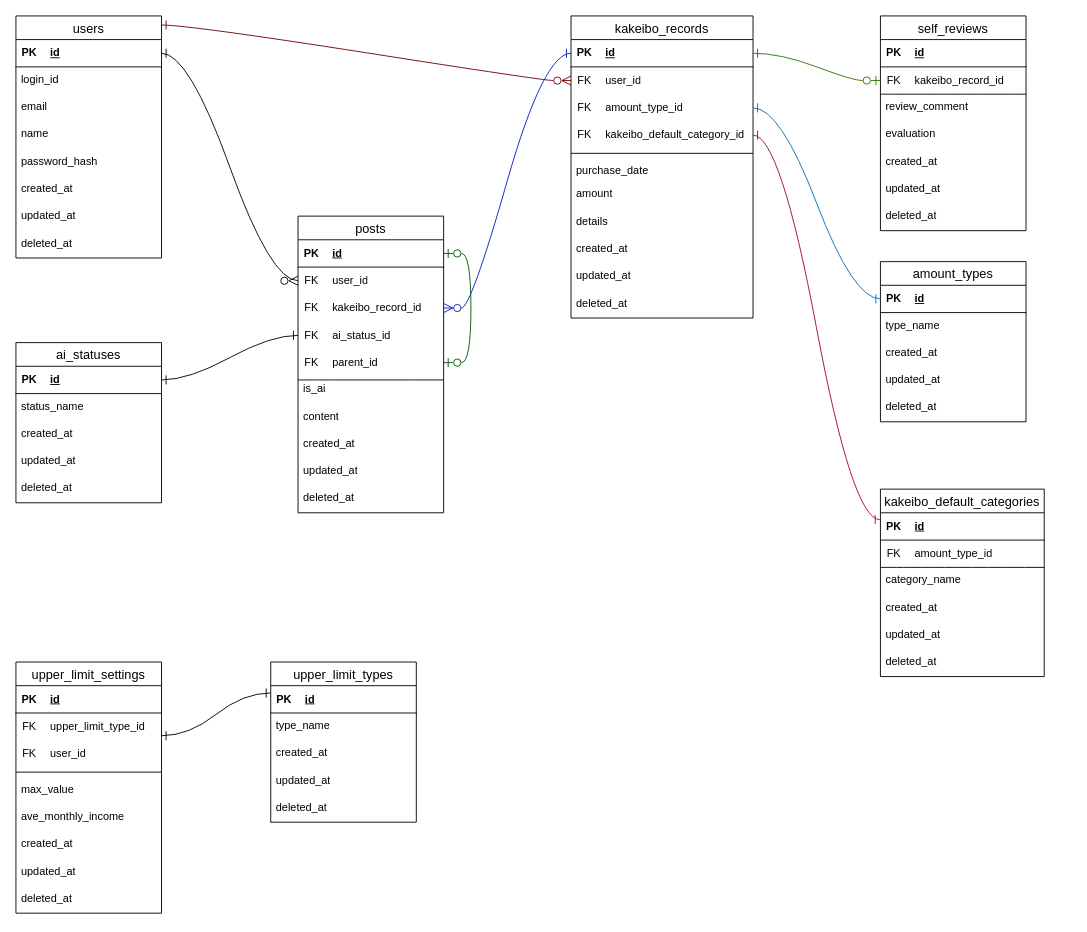
space-musicacct/resmane keeps this draw.io diagram as docs/DB設計/ER図resmane.drawio. Above is the earlier version. Source tidied: cells renumbered, new cells numbered last; positions are measured from the earlier drawing's top-left corner, leaving out a move shared by most shapes. Both pictures are drawn from the tidied source at 91%, with x=0, y=0 at pixel (15, 15).
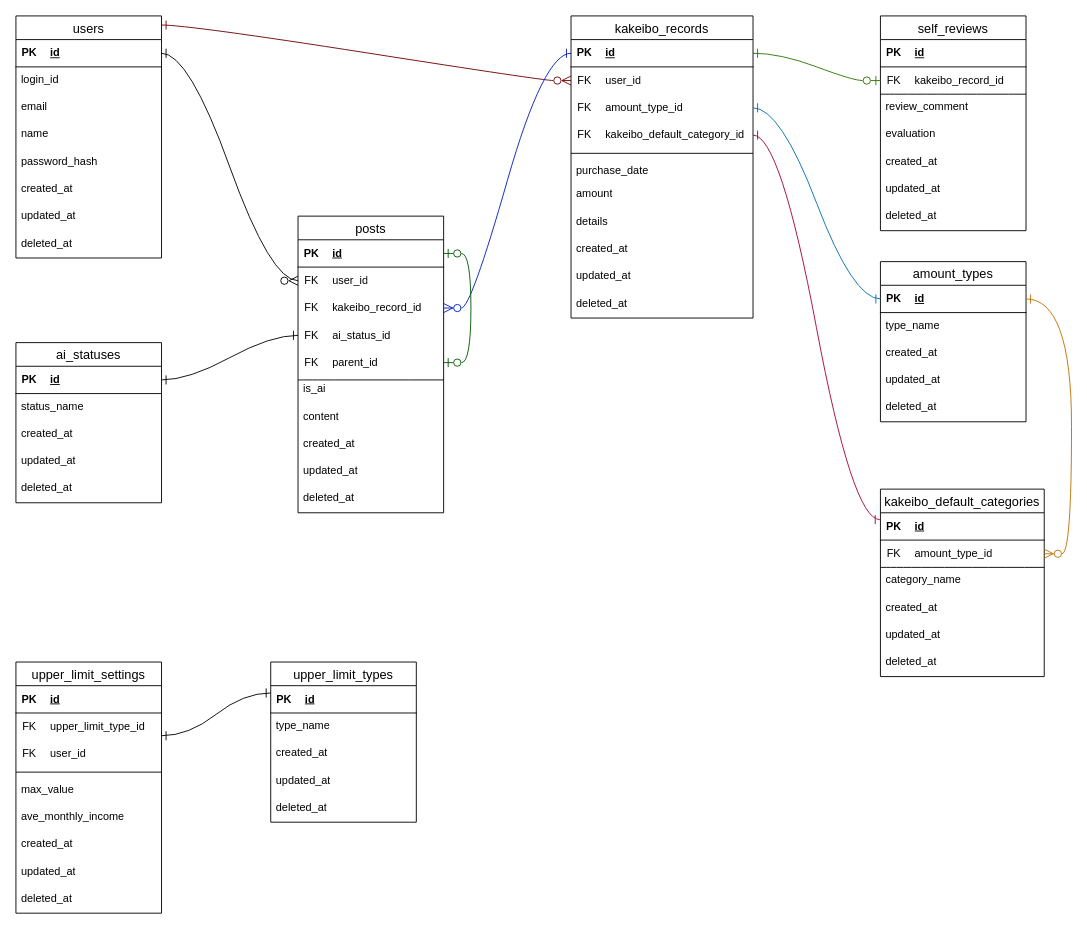
The same diagram, later.

Commit message:
ER図にkakeibo_default_categories→amount_typesのリレーションを追加

The change refers to these unchanged cells:
```xml
<mxCell id="38" style="shape=tableRow;horizontal=0;startSize=0;swimlaneHead=0;swimlaneBody=0;fillColor=none;points=[[0,0.5],[1,0.5]];portConstraint=eastwest;top=0;left=0;right=0;bottom=1;" parent="37" vertex="1">
  <mxGeometry width="160" height="30" as="geometry" />
</mxCell>
<mxCell id="52" style="shape=tableRow;horizontal=0;startSize=0;swimlaneHead=0;swimlaneBody=0;fillColor=none;points=[[0,0.5],[1,0.5]];portConstraint=eastwest;top=0;left=0;right=0;bottom=0;" parent="51" vertex="1">
  <mxGeometry width="180" height="30" as="geometry" />
</mxCell>
```

The edit, as a diff of the source:
```diff
@@
+    <mxCell id="143" style="edgeStyle=entityRelationEdgeStyle;fontSize=12;html=1;endArrow=ERzeroToMany;endFill=0;rounded=0;startSize=8;endSize=8;curved=1;startArrow=ERone;startFill=0;fillColor=#f0a30a;strokeColor=#BD7000;" parent="1" edge="1" source="38" target="52">
+      <mxGeometry relative="1" as="geometry" />
+    </mxCell>
```
